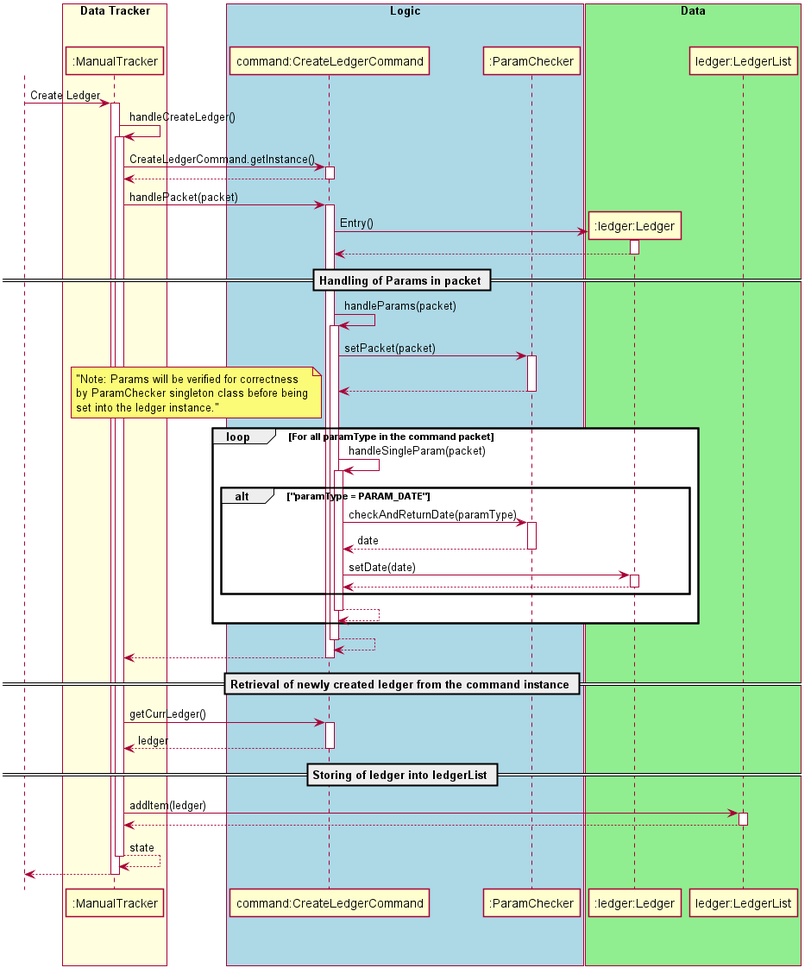
Earlier version of the PlantUML export docs/uml_images/images_updated/manualTrackerCreateLedgerSeqDiagram.png (nus-cs2113-AY2021S1/tp). Its diagram source:
```plantuml
@startuml
autoactivate on
actor User
skinparam shadowing false
skinparam sequence {
ActorBorderColor white

ActorBackgroundColor white
ActorFontColor white
ActorFontSize 17
ActorFontName ""
}
User-> ":ManualTracker": Create Ledger

":ManualTracker" ->":ManualTracker": handleCreateLedger()

   ":ManualTracker"-> "command:CreateLedgerCommand" : CreateLedgerCommand.getInstance()
    return

   ":ManualTracker"-> "command:CreateLedgerCommand" : handlePacket(packet)

        create ":ledger:Ledger"
        "command:CreateLedgerCommand" -> ":ledger:Ledger" : Entry()
        return
        == Handling of Params in packet ==
        "command:CreateLedgerCommand" -> "command:CreateLedgerCommand" : handleParams(packet)
            "command:CreateLedgerCommand" -> ":ParamChecker" : setPacket(packet)
            return
            loop For all paramType in the command packet
                note left: "Note: Params will be verified for correctness\nby ParamChecker singleton class before being\nset into the ledger instance."
                "command:CreateLedgerCommand" -> "command:CreateLedgerCommand" : handleSingleParam(packet)
                    alt "paramType = PARAM_DATE"
                        "command:CreateLedgerCommand" ->":ParamChecker": checkAndReturnDate(paramType)
                        return date
                        "command:CreateLedgerCommand" -> ":ledger:Ledger" : setDate(date)
                        return
                    end
                return
            end
        return
   return
   == Retrieval of newly created ledger from the command instance ==
   ":ManualTracker"-> "command:CreateLedgerCommand" : getCurrLedger()
   return ledger
   == Storing of ledger into ledgerList ==
   ":ManualTracker"-> "ledger:LedgerList" : addItem(ledger)
    return
return state
return

box "Data Tracker" #LightYellow
participant ":ManualTracker"
endBox

box "Logic" #LightBlue
participant "command:CreateLedgerCommand"
participant ":ParamChecker"
endBox

box "Data" #LightGreen
participant ":ledger:Ledger"
participant "ledger:LedgerList"
endBox
@enduml
```
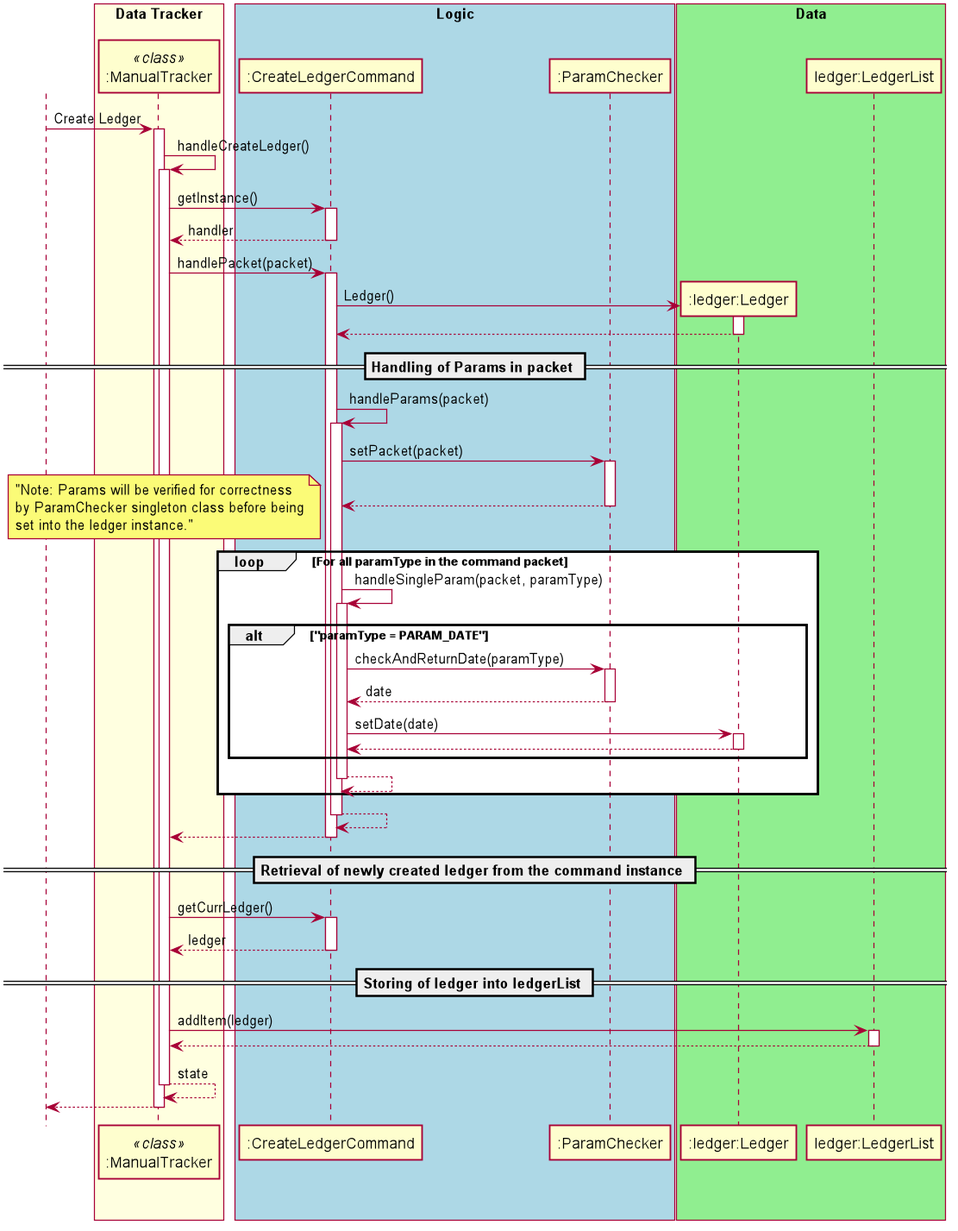
After the commit.

The edit, as a diff of the source:
```diff
@@ -1,38 +1,55 @@
 @startuml
 autoactivate on
 actor User
+scale 1094 width
+
 skinparam shadowing false
 skinparam sequence {
-ActorBorderColor white
+    ActorBorderColor white
 
-ActorBackgroundColor white
-ActorFontColor white
-ActorFontSize 17
-ActorFontName ""
+    ActorBackgroundColor white
+    ActorFontColor white
+    ActorFontSize 17
+    ActorFontName ""
 }
-User-> ":ManualTracker": Create Ledger
 
-":ManualTracker" ->":ManualTracker": handleCreateLedger()
+box "Data Tracker" #LightYellow
+participant ":ManualTracker" as manualTracker <<class>>
+endBox
 
-   ":ManualTracker"-> "command:CreateLedgerCommand" : CreateLedgerCommand.getInstance()
-    return
+box "Logic" #LightBlue
+participant ":CreateLedgerCommand"
+participant ":ParamChecker"
+endBox
 
-   ":ManualTracker"-> "command:CreateLedgerCommand" : handlePacket(packet)
+box "Data" #LightGreen
+participant ":ledger:Ledger"
+participant "ledger:LedgerList"
+endBox
+
+User-> manualTracker: Create Ledger
+
+manualTracker ->manualTracker: handleCreateLedger()
+
+   manualTracker-> ":CreateLedgerCommand" : getInstance()
+    return handler
+
+   manualTracker-> ":CreateLedgerCommand" : handlePacket(packet)
 
         create ":ledger:Ledger"
-        "command:CreateLedgerCommand" -> ":ledger:Ledger" : Entry()
+        ":CreateLedgerCommand" -> ":ledger:Ledger" : Ledger()
         return
         == Handling of Params in packet ==
-        "command:CreateLedgerCommand" -> "command:CreateLedgerCommand" : handleParams(packet)
-            "command:CreateLedgerCommand" -> ":ParamChecker" : setPacket(packet)
+        ":CreateLedgerCommand" -> ":CreateLedgerCommand" : handleParams(packet)
+            ":CreateLedgerCommand" -> ":ParamChecker" : setPacket(packet)
             return
             loop For all paramType in the command packet
                 note left: "Note: Params will be verified for correctness\nby ParamChecker singleton class before being\nset into the ledger instance."
-                "command:CreateLedgerCommand" -> "command:CreateLedgerCommand" : handleSingleParam(packet)
+                ":CreateLedgerCommand" -> ":CreateLedgerCommand" : handleSingleParam(packet, paramType)
                     alt "paramType = PARAM_DATE"
-                        "command:CreateLedgerCommand" ->":ParamChecker": checkAndReturnDate(paramType)
+                        ":CreateLedgerCommand" ->":ParamChecker": checkAndReturnDate(paramType)
                         return date
-                        "command:CreateLedgerCommand" -> ":ledger:Ledger" : setDate(date)
+                        ":CreateLedgerCommand" -> ":ledger:Ledger" : setDate(date)
                         return
                     end
                 return
@@ -40,25 +57,13 @@
         return
    return
    == Retrieval of newly created ledger from the command instance ==
-   ":ManualTracker"-> "command:CreateLedgerCommand" : getCurrLedger()
+   manualTracker-> ":CreateLedgerCommand" : getCurrLedger()
    return ledger
    == Storing of ledger into ledgerList ==
-   ":ManualTracker"-> "ledger:LedgerList" : addItem(ledger)
+   manualTracker-> "ledger:LedgerList" : addItem(ledger)
     return
 return state
 return
 
-box "Data Tracker" #LightYellow
-participant ":ManualTracker"
-endBox
 
-box "Logic" #LightBlue
-participant "command:CreateLedgerCommand"
-participant ":ParamChecker"
-endBox
-
-box "Data" #LightGreen
-participant ":ledger:Ledger"
-participant "ledger:LedgerList"
-endBox
 @enduml
```
